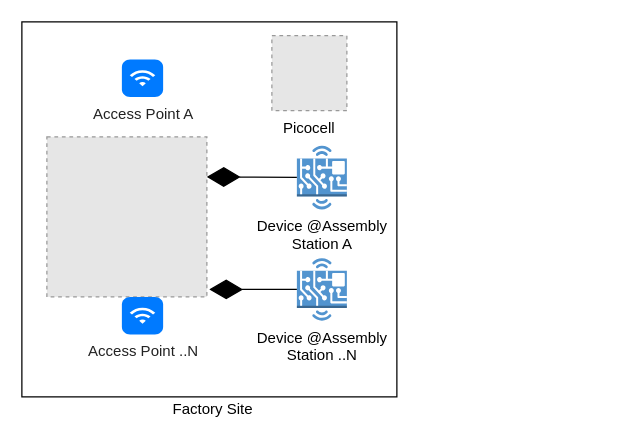
The draw.io diagram page "Site Connectivity" (1 of 2) of src/main/resources/Blackberry_Ivy_Scenario.drawio in subhachat/CodeKata, before the edit. Source tidied: cells renumbered, new cells numbered last; positions are measured from the earlier drawing's top-left corner, leaving out a move shared by most shapes. Both pictures are drawn from the tidied source at 125%, with x=0, y=0 at pixel (21, 21). Pictures stored in the file or linked from it are replaced by grey dashed boxes.
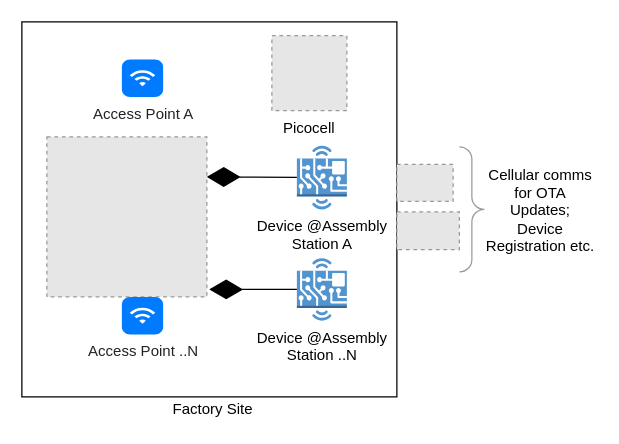
Above is the later version.

Diff of the diagram source:
```diff
@@
 <mxGraphModel>
   <root>
     <mxCell id="0" />
     <mxCell id="1" parent="0" />
     <mxCell id="2" style="rounded=0;whiteSpace=wrap;html=1;" parent="1" vertex="1">
       <mxGeometry width="300" height="300" as="geometry" />
     </mxCell>
     <mxCell id="3" value="Device @Assembly &lt;br&gt;Station A" style="outlineConnect=0;dashed=0;verticalLabelPosition=bottom;verticalAlign=top;align=center;html=1;shape=mxgraph.aws3.hardware_board;fillColor=#5294CF;gradientColor=none;" parent="1" vertex="1">
       <mxGeometry x="220" y="99" width="40" height="51" as="geometry" />
     </mxCell>
     <mxCell id="4" style="fillColor=#E6E6E6;strokeColor=#999999;dashed=1;html=1;verticalAlign=top;verticalLabelPosition=bottom;labelBackgroundColor=#ffffff;" parent="1" vertex="1">
       <mxGeometry x="20" y="92" width="128" height="128" as="geometry" />
     </mxCell>
     <mxCell id="5" style="endArrow=diamondThin;endFill=1;endSize=24;html=1;entryX=1;entryY=0.25;entryDx=0;entryDy=0;" parent="1" edge="1" source="3" target="4">
       <mxGeometry relative="1" as="geometry" />
     </mxCell>
     <mxCell id="6" value="Device @Assembly &lt;br&gt;Station ..N" style="outlineConnect=0;dashed=0;verticalLabelPosition=bottom;verticalAlign=top;align=center;html=1;shape=mxgraph.aws3.hardware_board;fillColor=#5294CF;gradientColor=none;" parent="1" vertex="1">
       <mxGeometry x="220" y="189" width="40" height="50" as="geometry" />
     </mxCell>
     <mxCell id="7" style="endArrow=diamondThin;endFill=1;endSize=24;html=1;exitX=0;exitY=0.5;exitDx=0;exitDy=0;exitPerimeter=0;" parent="1" edge="1" source="6">
       <mxGeometry relative="1" as="geometry">
         <mxPoint x="150" y="214" as="targetPoint" />
       </mxGeometry>
     </mxCell>
     <mxCell id="8" value="&lt;font style=&quot;font-size: 12px&quot;&gt;Access Point A&lt;/font&gt;" style="html=1;strokeWidth=1;shadow=0;dashed=0;shape=mxgraph.ios7.misc.wifi;fillColor=#007AFF;strokeColor=none;buttonText=;strokeColor2=#222222;fontColor=#222222;fontSize=8;verticalLabelPosition=bottom;verticalAlign=top;align=center;" parent="1" vertex="1">
       <mxGeometry x="80" y="30" width="33" height="30" as="geometry" />
     </mxCell>
     <mxCell id="9" value="&lt;font style=&quot;font-size: 12px&quot;&gt;Access Point ..N&lt;/font&gt;" style="html=1;strokeWidth=1;shadow=0;dashed=0;shape=mxgraph.ios7.misc.wifi;fillColor=#007AFF;strokeColor=none;buttonText=;strokeColor2=#222222;fontColor=#222222;fontSize=8;verticalLabelPosition=bottom;verticalAlign=top;align=center;" parent="1" vertex="1">
       <mxGeometry x="80" y="220" width="33" height="30" as="geometry" />
     </mxCell>
     <mxCell id="10" value="Picocell" style="fillColor=#E6E6E6;strokeColor=#999999;dashed=1;verticalLabelPosition=bottom;labelBackgroundColor=#ffffff;verticalAlign=top;" parent="1" vertex="1">
       <mxGeometry x="200" y="11" width="60" height="60" as="geometry" />
     </mxCell>
     <mxCell id="11" value="Factory Site" style="text;html=1;strokeColor=none;fillColor=none;align=center;verticalAlign=middle;whiteSpace=wrap;rounded=0;" parent="1" vertex="1">
       <mxGeometry x="108" y="300" width="90" height="20" as="geometry" />
     </mxCell>
+    <mxCell id="12" style="fillColor=#E6E6E6;strokeColor=#999999;dashed=1;verticalLabelPosition=bottom;labelBackgroundColor=#ffffff;verticalAlign=top;" parent="1" vertex="1">
+      <mxGeometry x="300" y="114" width="45" height="29.6" as="geometry" />
+    </mxCell>
+    <mxCell id="13" style="fillColor=#E6E6E6;strokeColor=#999999;dashed=1;verticalLabelPosition=bottom;labelBackgroundColor=#ffffff;verticalAlign=top;" parent="1" vertex="1">
+      <mxGeometry x="300" y="152" width="50" height="30.2" as="geometry" />
+    </mxCell>
+    <mxCell id="14" style="verticalLabelPosition=bottom;shadow=0;dashed=0;align=center;html=1;verticalAlign=top;strokeWidth=1;shape=mxgraph.mockup.markup.curlyBrace;strokeColor=#999999;rotation=90;" parent="1" vertex="1">
+      <mxGeometry x="310" y="140" width="100" height="20" as="geometry" />
+    </mxCell>
+    <mxCell id="15" value="Cellular comms for OTA Updates; Device Registration etc." style="text;html=1;strokeColor=none;fillColor=none;align=center;verticalAlign=middle;whiteSpace=wrap;rounded=0;shadow=0;" parent="1" vertex="1">
+      <mxGeometry x="370" y="99" width="90" height="104" as="geometry" />
+    </mxCell>
   </root>
 </mxGraphModel>
```
